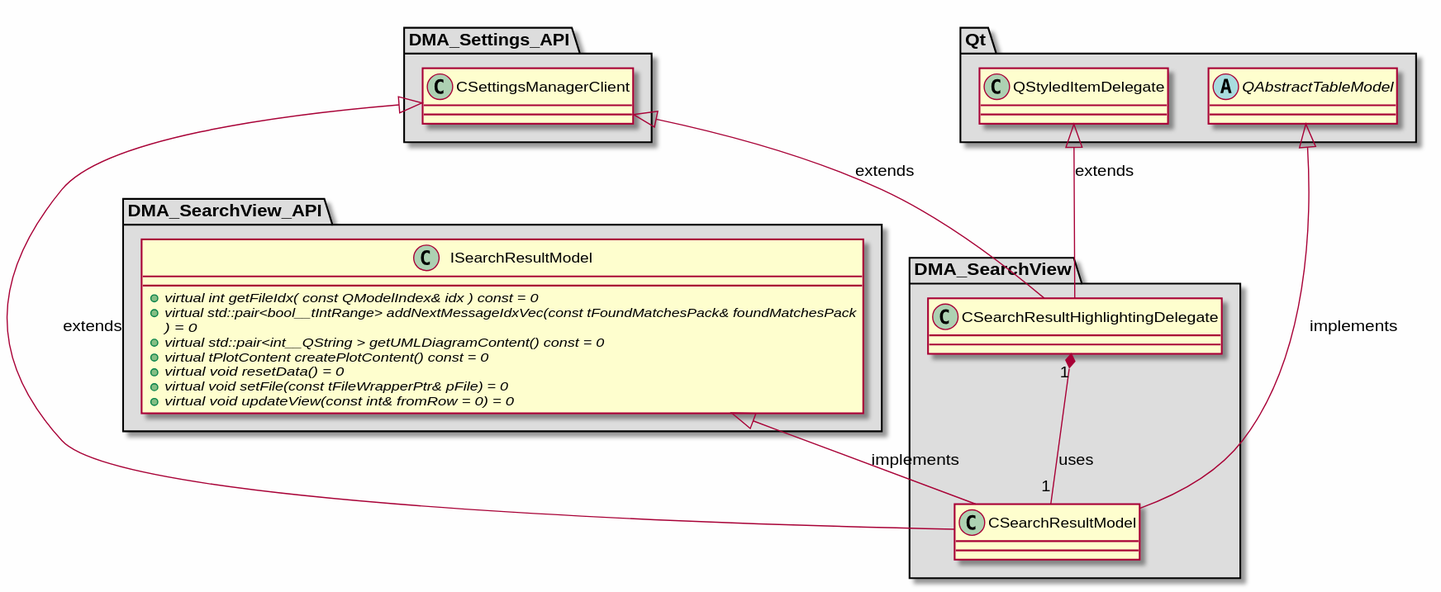
The PlantUML diagram md/dev_docs/puml/DMA_SearchView_standalone.svg in svlad-90/DLT-Message-Analyzer, before a commit.
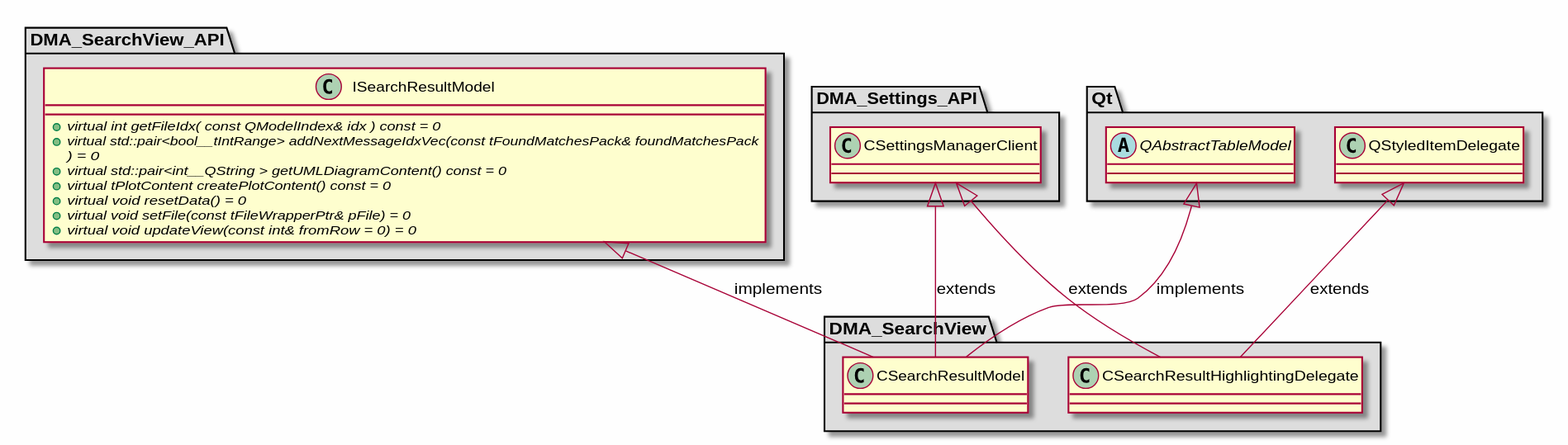
Above is the later version.

What changed in the source:
```diff
@@ -59,6 +59,4 @@
 ISearchResultModel <|-- CSearchResultModel : implements
 QAbstractTableModel <|-- CSearchResultModel : implements
 
-CSearchResultHighlightingDelegate "1" *-- "1" CSearchResultModel : uses
-
 @enduml
```
